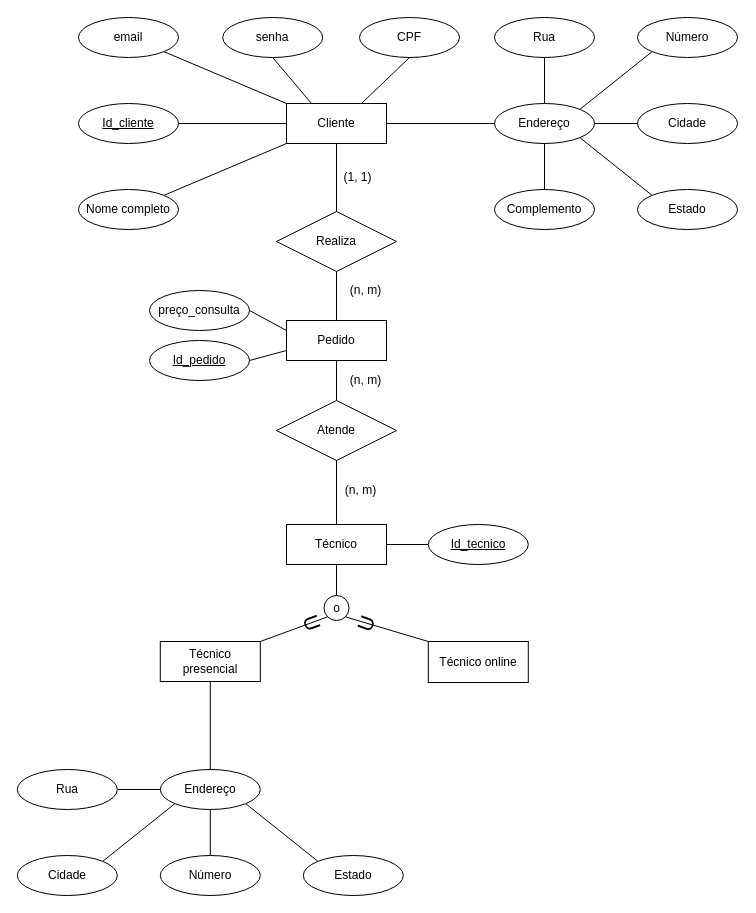
Above: page "Diagrama ER" (2 of 4) of Project diagrams and requirements/Tech assistance.drawio in felipepmoreno/Tech-assistanceSoftware (draw.io), before the change. Source tidied: cells renumbered, new cells numbered last; positions are measured from the earlier drawing's top-left corner, leaving out a move shared by most shapes. Both pictures are drawn from the tidied source at 100%, with x=0, y=0 at pixel (17, 17).
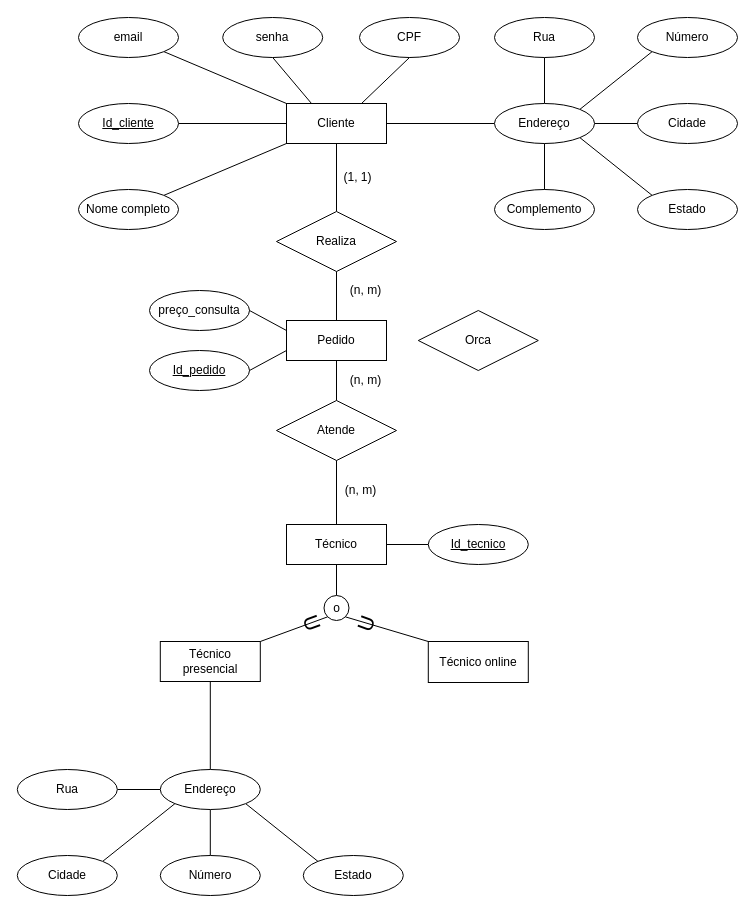
The same diagram, later.

The edit, as a diff of the source:
```diff
@@
     <mxCell id="56" value="&lt;u&gt;Id_pedido&lt;/u&gt;" style="ellipse;whiteSpace=wrap;html=1;align=center;" parent="1" vertex="1">
-      <mxGeometry x="132" y="323" width="100" height="40" as="geometry" />
+      <mxGeometry x="132" y="333" width="100" height="40" as="geometry" />
     </mxCell>
@@
+    <mxCell id="61" value="Orca" style="shape=rhombus;perimeter=rhombusPerimeter;whiteSpace=wrap;html=1;align=center;" parent="1" vertex="1">
+      <mxGeometry x="400.8" y="293" width="120" height="60" as="geometry" />
+    </mxCell>
```
